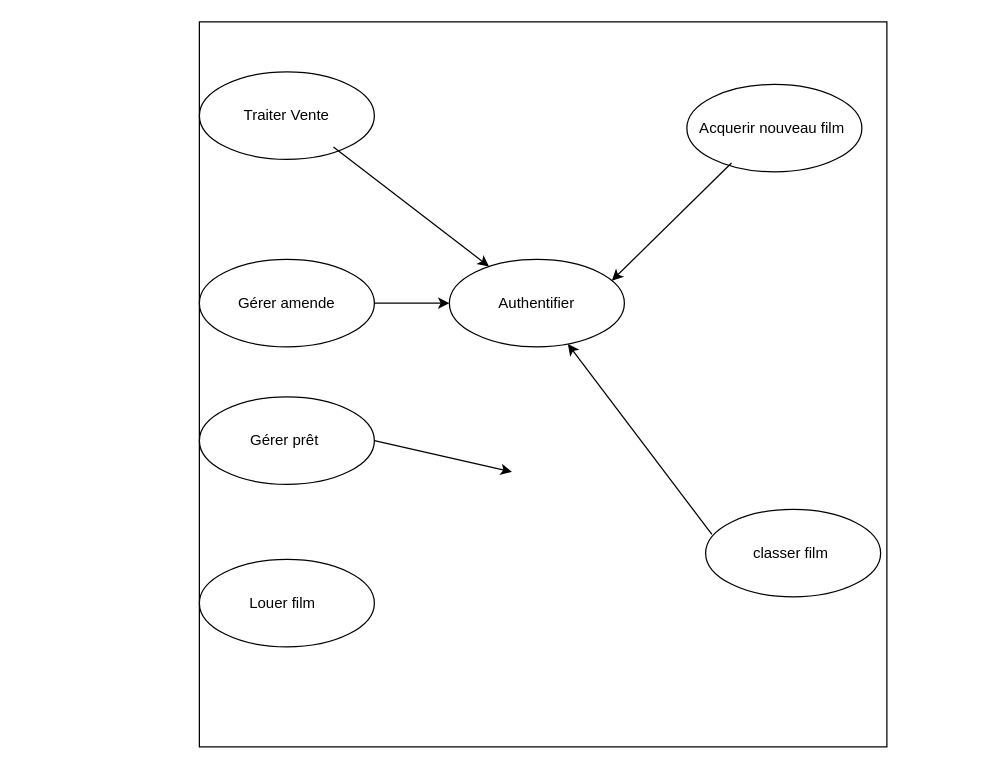
Earlier version of the draw.io diagram Untitled Diagram.drawio (djunibert/CV2). Source tidied: cells renumbered, new cells numbered last; positions are measured from the earlier drawing's top-left corner, leaving out a move shared by most shapes. Both pictures are drawn from the tidied source at 125%, with x=0, y=0 at pixel (199, 21).
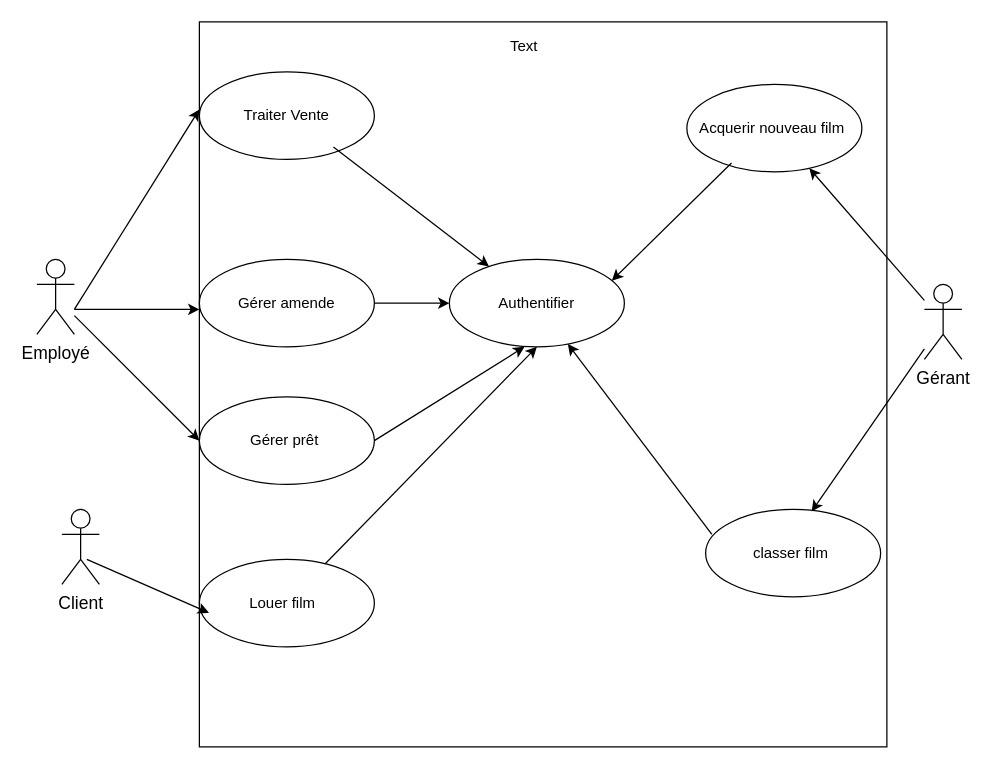
After the change.

Unchanged cells that the change refers to:
```xml
<mxCell id="6" value="Gérer prêt&amp;nbsp;" style="ellipse;whiteSpace=wrap;html=1;" parent="1" vertex="1">
  <mxGeometry y="300" width="140" height="70" as="geometry" />
</mxCell>
<mxCell id="7" value="Authentifier" style="ellipse;whiteSpace=wrap;html=1;" parent="1" vertex="1">
  <mxGeometry x="200" y="190" width="140" height="70" as="geometry" />
</mxCell>
<mxCell id="8" value="Acquerir nouveau film&amp;nbsp;" style="ellipse;whiteSpace=wrap;html=1;" parent="1" vertex="1">
  <mxGeometry x="390" y="50" width="140" height="70" as="geometry" />
</mxCell>
<mxCell id="9" value="classer film&amp;nbsp;" style="ellipse;whiteSpace=wrap;html=1;" parent="1" vertex="1">
  <mxGeometry x="405" y="390" width="140" height="70" as="geometry" />
</mxCell>
<mxCell id="10" value="Louer film&amp;nbsp;&amp;nbsp;" style="ellipse;whiteSpace=wrap;html=1;" parent="1" vertex="1">
  <mxGeometry y="430" width="140" height="70" as="geometry" />
</mxCell>
```

Change to the diagram source:
```diff
@@
-    <mxCell id="14" style="endArrow=classic;html=1;exitX=1;exitY=0.5;exitDx=0;exitDy=0;" parent="1" edge="1" source="6">
-      <mxGeometry relative="1" as="geometry">
-        <mxPoint x="250" y="360" as="targetPoint" />
-      </mxGeometry>
+    <mxCell id="14" style="endArrow=classic;html=1;exitX=1;exitY=0.5;exitDx=0;exitDy=0;entryX=0.429;entryY=1;entryDx=0;entryDy=0;entryPerimeter=0;" parent="1" edge="1" source="6" target="7">
+      <mxGeometry relative="1" as="geometry" />
     </mxCell>
+    <mxCell id="15" value="&lt;font style=&quot;font-size: 14px&quot;&gt;Employé&lt;/font&gt;" style="shape=umlActor;verticalLabelPosition=bottom;verticalAlign=top;html=1;outlineConnect=0;" parent="1" vertex="1">
+      <mxGeometry x="-130" y="190" width="30" height="60" as="geometry" />
+    </mxCell>
+    <mxCell id="16" value="&lt;span style=&quot;font-size: 14px&quot;&gt;Gérant&lt;/span&gt;" style="shape=umlActor;verticalLabelPosition=bottom;verticalAlign=top;html=1;outlineConnect=0;" parent="1" vertex="1">
+      <mxGeometry x="580" y="210" width="30" height="60" as="geometry" />
+    </mxCell>
+    <mxCell id="17" value="&lt;span style=&quot;font-size: 14px&quot;&gt;Client&lt;/span&gt;" style="shape=umlActor;verticalLabelPosition=bottom;verticalAlign=top;html=1;" parent="1" vertex="1">
+      <mxGeometry x="-110" y="390" width="30" height="60" as="geometry" />
+    </mxCell>
+    <mxCell id="18" style="endArrow=classic;html=1;" parent="1" edge="1" source="16" target="8">
+      <mxGeometry relative="1" as="geometry" />
+    </mxCell>
+    <mxCell id="19" style="endArrow=classic;html=1;entryX=0.606;entryY=0.024;entryDx=0;entryDy=0;entryPerimeter=0;" parent="1" edge="1" source="16" target="9">
+      <mxGeometry relative="1" as="geometry" />
+    </mxCell>
+    <mxCell id="20" style="endArrow=classic;html=1;" parent="1" edge="1">
+      <mxGeometry relative="1" as="geometry">
+        <mxPoint x="-100" y="230" as="sourcePoint" />
+        <mxPoint y="70" as="targetPoint" />
+      </mxGeometry>
+    </mxCell>
+    <mxCell id="21" style="endArrow=classic;html=1;entryX=0;entryY=0.5;entryDx=0;entryDy=0;" parent="1" edge="1" source="15" target="6">
+      <mxGeometry relative="1" as="geometry" />
+    </mxCell>
+    <mxCell id="22" style="endArrow=classic;html=1;" parent="1" edge="1">
+      <mxGeometry relative="1" as="geometry">
+        <mxPoint x="-100" y="230" as="sourcePoint" />
+        <mxPoint y="230" as="targetPoint" />
+      </mxGeometry>
+    </mxCell>
+    <mxCell id="23" style="endArrow=classic;html=1;entryX=0.055;entryY=0.611;entryDx=0;entryDy=0;entryPerimeter=0;" parent="1" edge="1" target="10">
+      <mxGeometry relative="1" as="geometry">
+        <mxPoint x="-90" y="430" as="sourcePoint" />
+      </mxGeometry>
+    </mxCell>
+    <mxCell id="24" style="endArrow=classic;html=1;entryX=0.5;entryY=1;entryDx=0;entryDy=0;" parent="1" edge="1" source="10" target="7">
+      <mxGeometry relative="1" as="geometry" />
+    </mxCell>
+    <mxCell id="25" value="Text" style="text;html=1;strokeColor=none;fillColor=none;align=center;verticalAlign=middle;whiteSpace=wrap;rounded=0;" parent="1" vertex="1">
+      <mxGeometry x="240" y="10" width="40" height="20" as="geometry" />
+    </mxCell>
```
